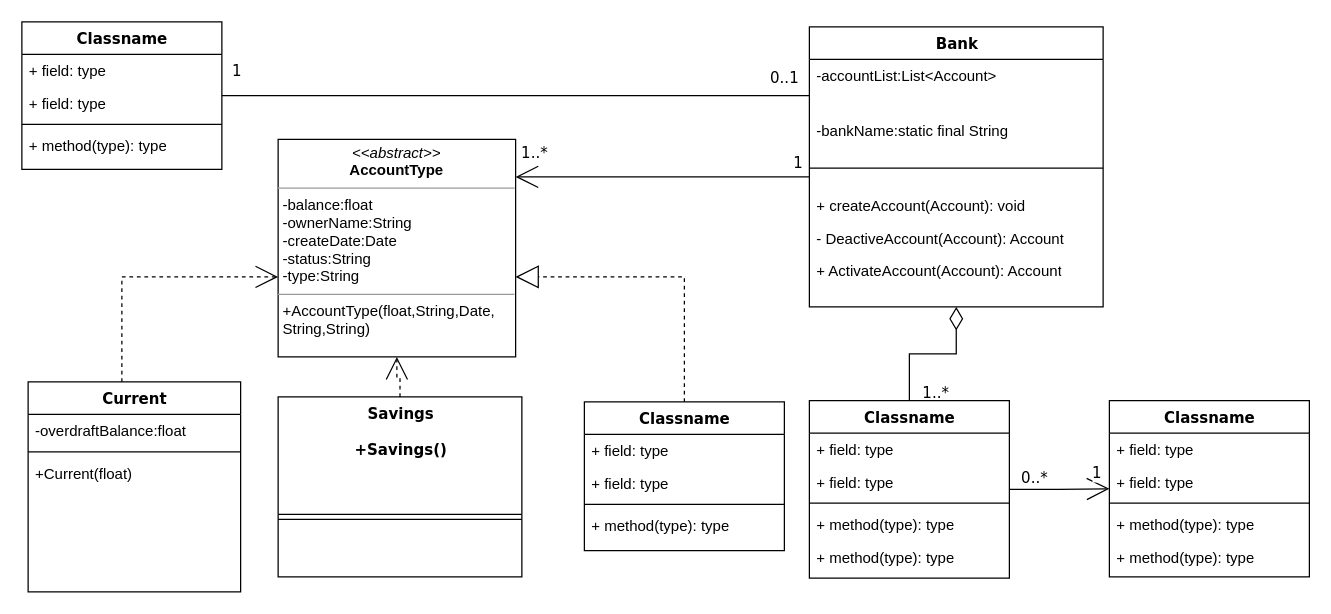
Before: src/Untitled Diagram.drawio in amitkumar-29/Assignment-1, a draw.io diagram. Source tidied: cells renumbered, new cells numbered last; positions are measured from the earlier drawing's top-left corner, leaving out a move shared by most shapes. Both pictures are drawn from the tidied source at 125%, with x=0, y=0 at pixel (21, 21).
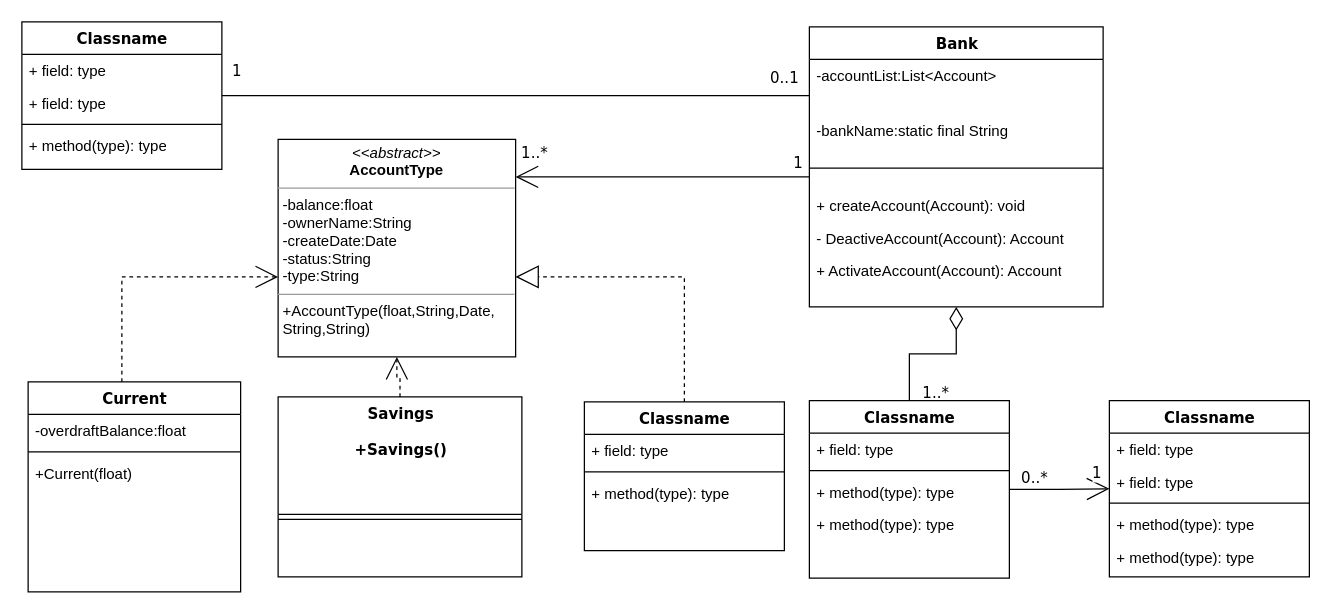
The same diagram, later.

The change refers to these unchanged cells:
```xml
<mxCell id="33" value="Classname" style="swimlane;html=1;fontStyle=1;align=center;verticalAlign=top;horizontal=1;startSize=26;swimlaneFillColor=#ffffff;rounded=0;shadow=0;comic=0;labelBackgroundColor=none;strokeWidth=1;fillColor=none;fontFamily=Verdana;fontSize=12;" parent="1" vertex="1">
  <mxGeometry x="630" y="303" width="160" height="142" as="geometry" />
</mxCell>
<mxCell id="46" value="Classname" style="swimlane;html=1;fontStyle=1;align=center;verticalAlign=top;horizontal=1;startSize=26;swimlaneFillColor=#ffffff;rounded=0;shadow=0;comic=0;labelBackgroundColor=none;strokeWidth=1;fillColor=none;fontFamily=Verdana;fontSize=12;" parent="1" vertex="1">
  <mxGeometry x="450" y="304" width="160" height="119" as="geometry" />
</mxCell>
```

Change to the diagram source:
```diff
@@
-    <mxCell id="35" value="+ field: type" style="text;html=1;strokeColor=none;fillColor=none;align=left;verticalAlign=top;spacingLeft=4;spacingRight=4;whiteSpace=wrap;overflow=hidden;" parent="33" vertex="1">
-      <mxGeometry y="52" width="160" height="26" as="geometry" />
-    </mxCell>
     <mxCell id="36" style="line;html=1;strokeWidth=1;fillColor=none;align=left;verticalAlign=middle;spacingTop=-1;spacingLeft=3;spacingRight=3;labelPosition=right;" parent="33" vertex="1">
-      <mxGeometry y="78" width="160" height="8" as="geometry" />
+      <mxGeometry y="52" width="160" height="8" as="geometry" />
     </mxCell>
     <mxCell id="37" value="+ method(type): type" style="text;html=1;strokeColor=none;fillColor=none;align=left;verticalAlign=top;spacingLeft=4;spacingRight=4;whiteSpace=wrap;overflow=hidden;" parent="33" vertex="1">
-      <mxGeometry y="86" width="160" height="26" as="geometry" />
+      <mxGeometry y="60" width="160" height="26" as="geometry" />
     </mxCell>
     <mxCell id="38" value="+ method(type): type" style="text;html=1;strokeColor=none;fillColor=none;align=left;verticalAlign=top;spacingLeft=4;spacingRight=4;whiteSpace=wrap;overflow=hidden;" parent="33" vertex="1">
-      <mxGeometry y="112" width="160" height="26" as="geometry" />
+      <mxGeometry y="86" width="160" height="26" as="geometry" />
     </mxCell>
@@
-    <mxCell id="47" value="+ field: type" style="text;html=1;strokeColor=none;fillColor=none;align=left;verticalAlign=top;spacingLeft=4;spacingRight=4;whiteSpace=wrap;overflow=hidden;" parent="46" vertex="1">
-      <mxGeometry y="26" width="160" height="26" as="geometry" />
-    </mxCell>
     <mxCell id="48" value="+ field: type" style="text;html=1;strokeColor=none;fillColor=none;align=left;verticalAlign=top;spacingLeft=4;spacingRight=4;whiteSpace=wrap;overflow=hidden;" parent="46" vertex="1">
-      <mxGeometry y="52" width="160" height="26" as="geometry" />
+      <mxGeometry y="26" width="160" height="26" as="geometry" />
     </mxCell>
     <mxCell id="49" style="line;html=1;strokeWidth=1;fillColor=none;align=left;verticalAlign=middle;spacingTop=-1;spacingLeft=3;spacingRight=3;labelPosition=right;" parent="46" vertex="1">
-      <mxGeometry y="78" width="160" height="8" as="geometry" />
+      <mxGeometry y="52" width="160" height="8" as="geometry" />
     </mxCell>
     <mxCell id="50" value="+ method(type): type" style="text;html=1;strokeColor=none;fillColor=none;align=left;verticalAlign=top;spacingLeft=4;spacingRight=4;whiteSpace=wrap;overflow=hidden;" parent="46" vertex="1">
-      <mxGeometry y="86" width="160" height="26" as="geometry" />
+      <mxGeometry y="60" width="160" height="26" as="geometry" />
     </mxCell>
```
